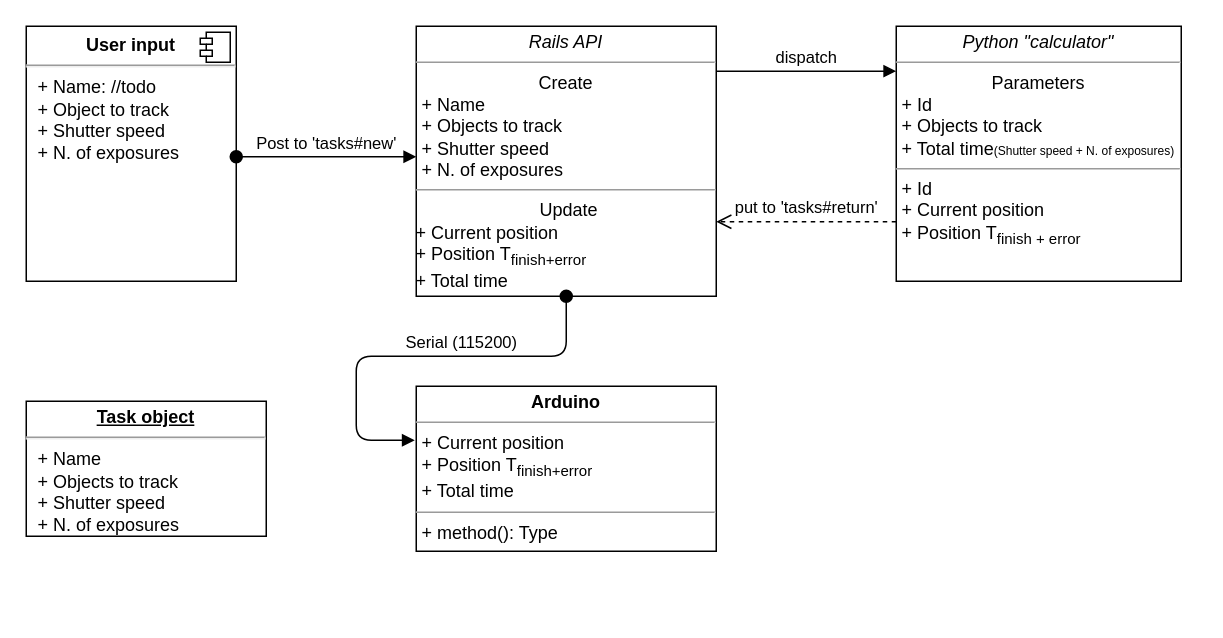
The draw.io diagram Untitled Diagram.drawio in Egorpr0/abserver_rpi, before the edit. Source tidied: cells renumbered, new cells numbered last; positions are measured from the earlier drawing's top-left corner, leaving out a move shared by most shapes. Both pictures are drawn from the tidied source at 150%, with x=0, y=0 at pixel (26, 26).
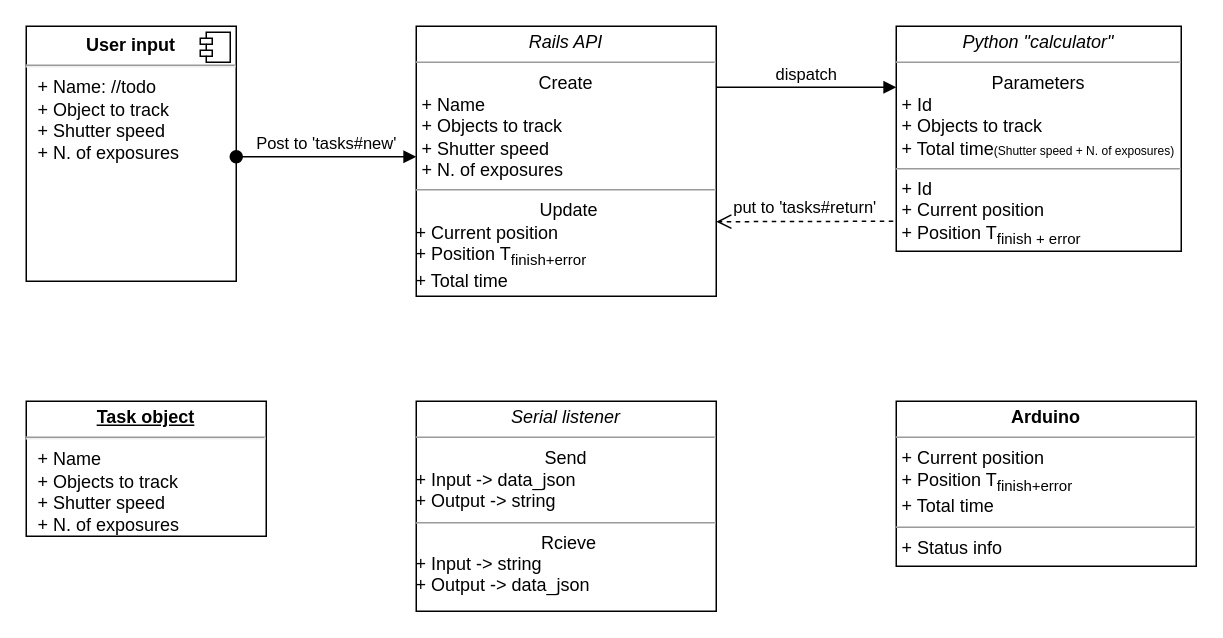
Above is the later version.

Change to the diagram source:
```diff
@@
 <mxGraphModel>
   <root>
     <mxCell id="0" />
     <mxCell id="1" parent="0" />
     <mxCell id="2" value="&lt;p style=&quot;margin: 0px ; margin-top: 6px ; text-align: center&quot;&gt;&lt;b&gt;User input&lt;/b&gt;&lt;/p&gt;&lt;hr&gt;&lt;p style=&quot;margin: 0px ; margin-left: 8px&quot;&gt;+ Name: //todo&lt;br&gt;+ Object to track&lt;/p&gt;&lt;p style=&quot;margin: 0px ; margin-left: 8px&quot;&gt;+ Shutter speed&lt;/p&gt;&lt;p style=&quot;margin: 0px ; margin-left: 8px&quot;&gt;+ N. of exposures&lt;/p&gt;" style="align=left;overflow=fill;html=1;" parent="1" vertex="1">
       <mxGeometry width="140" height="170" as="geometry" />
     </mxCell>
     <mxCell id="3" style="shape=component;jettyWidth=8;jettyHeight=4;" parent="2" vertex="1">
       <mxGeometry x="1" width="20" height="20" relative="1" as="geometry">
         <mxPoint x="-24" y="4" as="offset" />
       </mxGeometry>
     </mxCell>
     <mxCell id="4" value="&lt;p style=&quot;margin: 0px ; margin-top: 4px ; text-align: center&quot;&gt;&lt;i&gt;Rails API&lt;/i&gt;&lt;/p&gt;&lt;hr size=&quot;1&quot;&gt;&lt;div style=&quot;text-align: center&quot;&gt;&lt;span&gt;Create&lt;/span&gt;&lt;/div&gt;&lt;p style=&quot;margin: 0px ; margin-left: 4px&quot;&gt;+ Name&lt;br&gt;+ Objects to track&lt;/p&gt;&lt;p style=&quot;margin: 0px ; margin-left: 4px&quot;&gt;+ Shutter speed&lt;/p&gt;&lt;p style=&quot;margin: 0px ; margin-left: 4px&quot;&gt;+ N. of exposures&lt;/p&gt;&lt;hr size=&quot;1&quot;&gt;&lt;p style=&quot;text-align: center ; margin: 0px 0px 0px 4px&quot;&gt;Update&lt;/p&gt;&lt;p style=&quot;margin: 0px ; margin-left: 4px&quot;&gt;&lt;/p&gt;&lt;div&gt;&lt;span&gt;+ Current position&lt;/span&gt;&lt;/div&gt;+ Position T&lt;sub&gt;finish+error&lt;/sub&gt;&lt;br&gt;+ Total time&lt;br&gt;&lt;p&gt;&lt;/p&gt;" style="verticalAlign=top;align=left;overflow=fill;fontSize=12;fontFamily=Helvetica;html=1;" parent="1" vertex="1">
       <mxGeometry x="260" width="200" height="180" as="geometry" />
     </mxCell>
     <mxCell id="5" value="Post to 'tasks#new'" style="html=1;verticalAlign=bottom;startArrow=oval;startFill=1;endArrow=block;startSize=8;" parent="1" edge="1">
       <mxGeometry relative="1" as="geometry">
         <mxPoint x="140" y="87" as="sourcePoint" />
         <mxPoint x="260" y="87" as="targetPoint" />
       </mxGeometry>
     </mxCell>
     <mxCell id="6" value="&lt;p style=&quot;margin: 0px ; margin-top: 4px ; text-align: center&quot;&gt;&lt;i&gt;Python &quot;calculator&quot;&lt;/i&gt;&lt;/p&gt;&lt;hr size=&quot;1&quot;&gt;&lt;div style=&quot;text-align: center&quot;&gt;&lt;span&gt;Parameters&lt;/span&gt;&lt;/div&gt;&lt;p style=&quot;margin: 0px ; margin-left: 4px&quot;&gt;+ Id&lt;br&gt;+ Objects to track&lt;/p&gt;&lt;p style=&quot;margin: 0px ; margin-left: 4px&quot;&gt;+ Total time&lt;font style=&quot;font-size: 8px&quot;&gt;(Shutter speed + N. of exposures)&lt;/font&gt;&lt;/p&gt;&lt;hr size=&quot;1&quot;&gt;&lt;p style=&quot;margin: 0px ; margin-left: 4px&quot;&gt;+ Id&lt;br&gt;+ Current position&lt;/p&gt;&lt;p style=&quot;margin: 0px ; margin-left: 4px&quot;&gt;+ Position T&lt;sub&gt;finish&amp;nbsp;+ error&lt;/sub&gt;&lt;/p&gt;" style="verticalAlign=top;align=left;overflow=fill;fontSize=12;fontFamily=Helvetica;html=1;" parent="1" vertex="1">
-      <mxGeometry x="580" width="190" height="170" as="geometry" />
+      <mxGeometry x="580" width="190" height="150" as="geometry" />
     </mxCell>
-    <mxCell id="7" value="dispatch" style="html=1;verticalAlign=bottom;endArrow=block;entryX=0;entryY=0.176;entryDx=0;entryDy=0;entryPerimeter=0;" parent="1" edge="1" target="6">
-      <mxGeometry relative="1" as="geometry">
-        <mxPoint x="460" y="30" as="sourcePoint" />
-      </mxGeometry>
+    <mxCell id="7" value="dispatch" style="html=1;verticalAlign=bottom;endArrow=block;exitX=0.999;exitY=0.226;exitDx=0;exitDy=0;exitPerimeter=0;entryX=0;entryY=0.271;entryDx=0;entryDy=0;entryPerimeter=0;" parent="1" edge="1" source="4" target="6">
+      <mxGeometry relative="1" as="geometry" />
     </mxCell>
-    <mxCell id="8" value="put to 'tasks#return'" style="html=1;verticalAlign=bottom;endArrow=open;dashed=1;endSize=8;entryX=1;entryY=0.724;entryDx=0;entryDy=0;exitX=0;exitY=0.767;exitDx=0;exitDy=0;entryPerimeter=0;exitPerimeter=0;" parent="1" edge="1" source="6" target="4">
-      <mxGeometry relative="1" as="geometry" />
+    <mxCell id="8" value="put to 'tasks#return'" style="html=1;verticalAlign=bottom;endArrow=open;dashed=1;endSize=8;entryX=1;entryY=0.724;entryDx=0;entryDy=0;entryPerimeter=0;" parent="1" edge="1" target="4">
+      <mxGeometry relative="1" as="geometry">
+        <mxPoint x="578" y="130" as="sourcePoint" />
+      </mxGeometry>
     </mxCell>
     <mxCell id="9" value="&lt;p style=&quot;margin: 0px ; margin-top: 4px ; text-align: center ; text-decoration: underline&quot;&gt;&lt;b&gt;Task object&lt;/b&gt;&lt;/p&gt;&lt;hr&gt;&lt;p style=&quot;margin: 0px ; margin-left: 8px&quot;&gt;+ Name&lt;br&gt;+ Objects to track&lt;br&gt;+ Shutter speed&lt;/p&gt;&lt;p style=&quot;margin: 0px ; margin-left: 8px&quot;&gt;+ N. of exposures&lt;/p&gt;&lt;p style=&quot;margin: 0px ; margin-left: 8px&quot;&gt;&lt;br&gt;&lt;/p&gt;" style="verticalAlign=top;align=left;overflow=fill;fontSize=12;fontFamily=Helvetica;html=1;" parent="1" vertex="1">
       <mxGeometry y="250" width="160" height="90" as="geometry" />
     </mxCell>
-    <mxCell id="10" value="&lt;p style=&quot;margin: 0px ; margin-top: 4px ; text-align: center&quot;&gt;&lt;b&gt;Arduino&lt;/b&gt;&lt;/p&gt;&lt;hr size=&quot;1&quot;&gt;&lt;p style=&quot;margin: 0px ; margin-left: 4px&quot;&gt;+ Current position&lt;/p&gt;&lt;p style=&quot;margin: 0px ; margin-left: 4px&quot;&gt;+ Position T&lt;sub&gt;finish+error&lt;/sub&gt;&lt;/p&gt;&lt;p style=&quot;margin: 0px ; margin-left: 4px&quot;&gt;+ Total time&lt;/p&gt;&lt;hr size=&quot;1&quot;&gt;&lt;p style=&quot;margin: 0px ; margin-left: 4px&quot;&gt;+ method(): Type&lt;/p&gt;" style="verticalAlign=top;align=left;overflow=fill;fontSize=12;fontFamily=Helvetica;html=1;" parent="1" vertex="1">
-      <mxGeometry x="260" y="240" width="200" height="110" as="geometry" />
+    <mxCell id="10" value="&lt;p style=&quot;margin: 0px ; margin-top: 4px ; text-align: center&quot;&gt;&lt;b&gt;Arduino&lt;/b&gt;&lt;/p&gt;&lt;hr size=&quot;1&quot;&gt;&lt;p style=&quot;margin: 0px ; margin-left: 4px&quot;&gt;+ Current position&lt;/p&gt;&lt;p style=&quot;margin: 0px ; margin-left: 4px&quot;&gt;+ Position T&lt;sub&gt;finish+error&lt;/sub&gt;&lt;/p&gt;&lt;p style=&quot;margin: 0px ; margin-left: 4px&quot;&gt;+ Total time&lt;/p&gt;&lt;hr size=&quot;1&quot;&gt;&lt;p style=&quot;margin: 0px ; margin-left: 4px&quot;&gt;+ Status info&lt;/p&gt;" style="verticalAlign=top;align=left;overflow=fill;fontSize=12;fontFamily=Helvetica;html=1;" parent="1" vertex="1">
+      <mxGeometry x="580" y="250" width="200" height="110" as="geometry" />
     </mxCell>
-    <mxCell id="11" value="Serial (115200)" style="html=1;verticalAlign=bottom;startArrow=oval;startFill=1;endArrow=block;startSize=8;exitX=0.5;exitY=1;exitDx=0;exitDy=0;" parent="1" edge="1" source="4">
-      <mxGeometry x="-0.2" relative="1" as="geometry">
-        <mxPoint x="259" y="276" as="targetPoint" />
-        <Array as="points">
-          <mxPoint x="360" y="220" />
-          <mxPoint x="220" y="220" />
-          <mxPoint x="220" y="276" />
-        </Array>
-      </mxGeometry>
-    </mxCell>
+    <mxCell id="12" value="&lt;p style=&quot;margin: 0px ; margin-top: 4px ; text-align: center&quot;&gt;&lt;i&gt;Serial listener&lt;/i&gt;&lt;/p&gt;&lt;hr size=&quot;1&quot;&gt;&lt;div style=&quot;text-align: center&quot;&gt;Send&lt;/div&gt;&lt;div&gt;+ Input -&amp;gt; data_json&lt;/div&gt;&lt;div&gt;+ Output -&amp;gt; string&lt;/div&gt;&lt;hr size=&quot;1&quot;&gt;&lt;p style=&quot;text-align: center ; margin: 0px 0px 0px 4px&quot;&gt;Rcieve&lt;/p&gt;&lt;p style=&quot;margin: 0px ; margin-left: 4px&quot;&gt;&lt;/p&gt;&lt;div&gt;&lt;span&gt;+ Input -&amp;gt; string&lt;/span&gt;&lt;/div&gt;&lt;div&gt;&lt;span&gt;+ Output -&amp;gt; data_json&lt;/span&gt;&lt;/div&gt;&lt;br&gt;&lt;p&gt;&lt;/p&gt;" style="verticalAlign=top;align=left;overflow=fill;fontSize=12;fontFamily=Helvetica;html=1;" parent="1" vertex="1">
+      <mxGeometry x="260" y="250" width="200" height="140" as="geometry" />
+    </mxCell>
   </root>
 </mxGraphModel>
```
